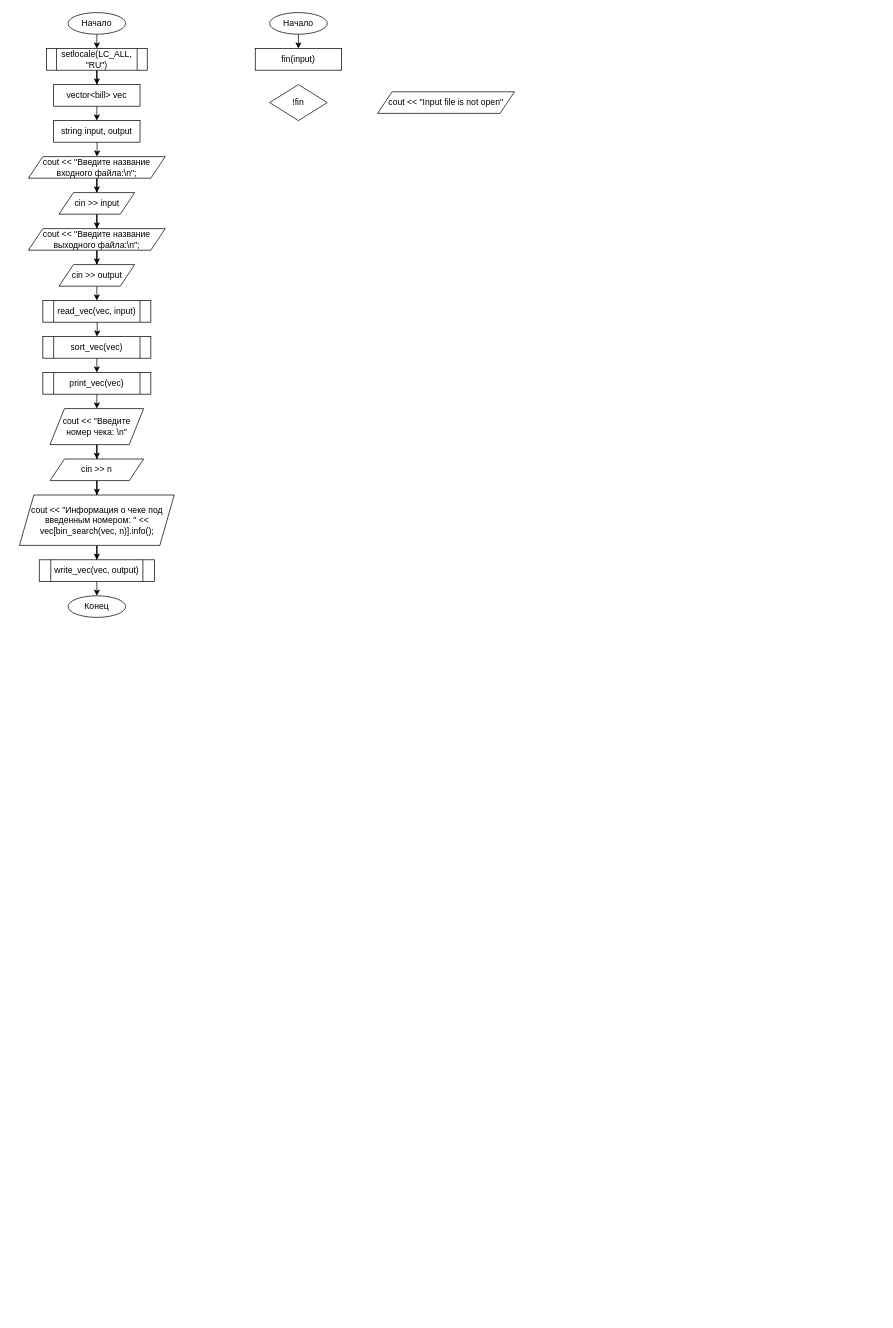
Idontlikeni/Uni_docs keeps this draw.io diagram as Algo_dann_2_curs/pics/Pr_11.drawio. Above is the earlier version. Source tidied: cells renumbered, new cells numbered last; positions are measured from the earlier drawing's top-left corner, leaving out a move shared by most shapes. Both pictures are drawn from the tidied source at 72%, with x=0, y=0 at pixel (19, 12).
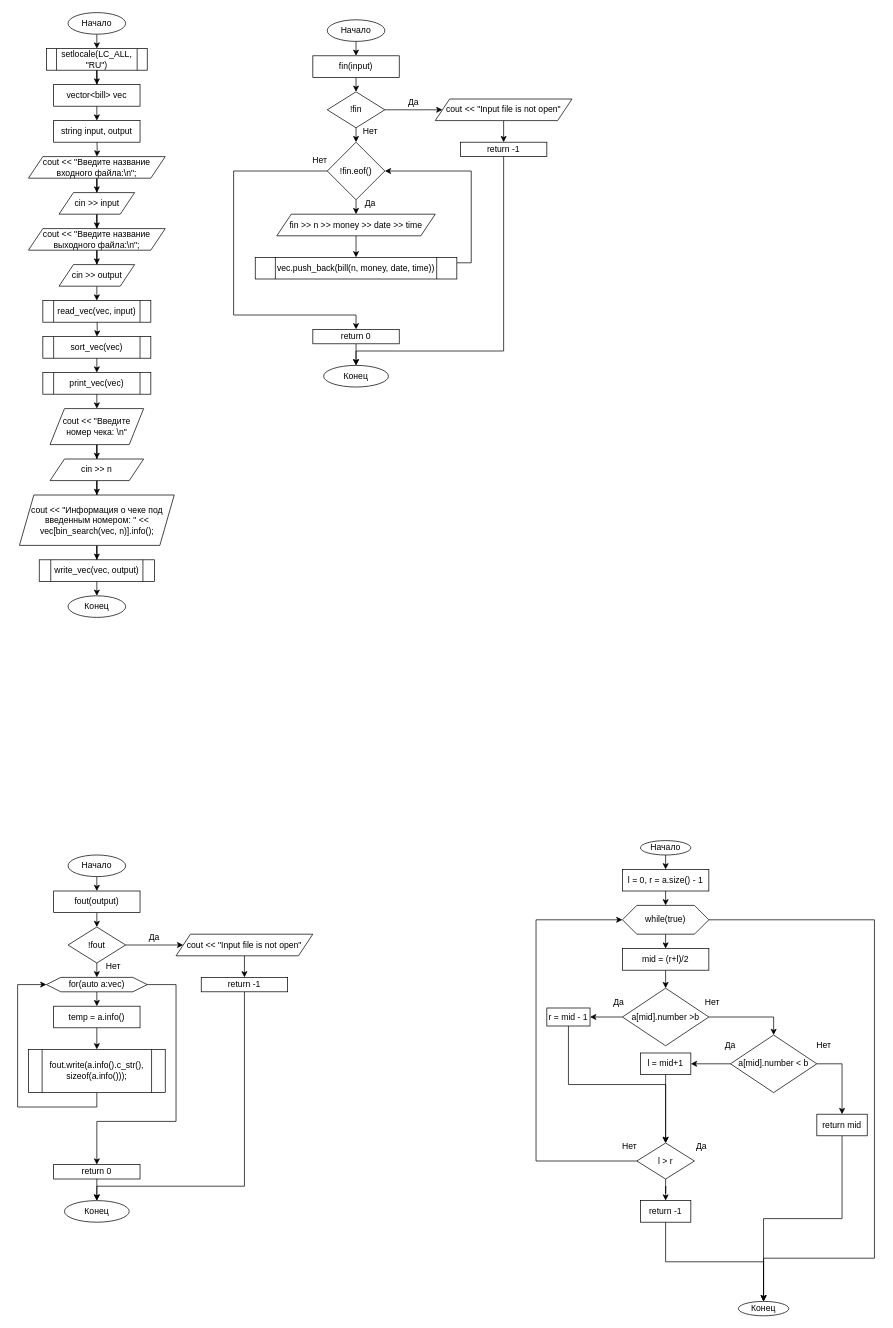
The same page after the edit.

The edit, as a diff of the source:
```diff
@@
     <mxCell id="34" value="Начало" style="ellipse;whiteSpace=wrap;html=1;" parent="1" vertex="1">
-      <mxGeometry x="348" width="80" height="30" as="geometry" />
+      <mxGeometry x="428" y="10" width="80" height="30" as="geometry" />
     </mxCell>
+    <mxCell id="38" style="edgeStyle=orthogonalEdgeStyle;rounded=0;jettySize=auto;html=1;exitX=0.5;exitY=1;exitDx=0;exitDy=0;entryX=0.5;entryY=0;entryDx=0;entryDy=0;" parent="1" edge="1" source="35" target="36">
+      <mxGeometry relative="1" as="geometry" />
+    </mxCell>
     <mxCell id="35" value="fin(input)" style="rounded=0;whiteSpace=wrap;html=1;" parent="1" vertex="1">
-      <mxGeometry x="328" y="50" width="120" height="30" as="geometry" />
+      <mxGeometry x="408" y="60" width="120" height="30" as="geometry" />
     </mxCell>
+    <mxCell id="39" style="edgeStyle=orthogonalEdgeStyle;rounded=0;jettySize=auto;html=1;exitX=1;exitY=0.5;exitDx=0;exitDy=0;entryX=0;entryY=0.5;entryDx=0;entryDy=0;" parent="1" edge="1" source="36" target="37">
+      <mxGeometry relative="1" as="geometry" />
+    </mxCell>
+    <mxCell id="40" style="edgeStyle=orthogonalEdgeStyle;rounded=0;jettySize=auto;html=1;exitX=0.5;exitY=1;exitDx=0;exitDy=0;entryX=0.5;entryY=0;entryDx=0;entryDy=0;" parent="1" edge="1" source="36" target="47">
+      <mxGeometry relative="1" as="geometry" />
+    </mxCell>
     <mxCell id="36" value="!fin" style="rhombus;whiteSpace=wrap;html=1;" parent="1" vertex="1">
-      <mxGeometry x="348" y="100" width="80" height="50" as="geometry" />
+      <mxGeometry x="428" y="110" width="80" height="50" as="geometry" />
     </mxCell>
+    <mxCell id="41" style="edgeStyle=orthogonalEdgeStyle;rounded=0;jettySize=auto;html=1;exitX=0.5;exitY=1;exitDx=0;exitDy=0;entryX=0.5;entryY=0;entryDx=0;entryDy=0;" parent="1" edge="1" source="37" target="43">
+      <mxGeometry relative="1" as="geometry" />
+    </mxCell>
     <mxCell id="37" value="cout &amp;lt;&amp;lt; &quot;Input file is not open&quot;" style="shape=parallelogram;perimeter=parallelogramPerimeter;whiteSpace=wrap;html=1;fixedSize=1;" parent="1" vertex="1">
-      <mxGeometry x="498" y="110" width="190" height="30" as="geometry" />
+      <mxGeometry x="578" y="120" width="190" height="30" as="geometry" />
     </mxCell>
+    <mxCell id="42" style="edgeStyle=orthogonalEdgeStyle;rounded=0;jettySize=auto;html=1;exitX=0.5;exitY=1;exitDx=0;exitDy=0;entryX=0.5;entryY=0;entryDx=0;entryDy=0;" parent="1" edge="1" source="43" target="57">
+      <mxGeometry relative="1" as="geometry">
+        <Array as="points">
+          <mxPoint x="673" y="470" />
+          <mxPoint x="468" y="470" />
+        </Array>
+      </mxGeometry>
+    </mxCell>
+    <mxCell id="43" value="return -1" style="rounded=0;whiteSpace=wrap;html=1;" parent="1" vertex="1">
+      <mxGeometry x="613" y="180" width="120" height="20" as="geometry" />
+    </mxCell>
+    <mxCell id="44" value="Да" style="text;html=1;align=center;verticalAlign=middle;whiteSpace=wrap;rounded=0;" parent="1" vertex="1">
+      <mxGeometry x="518" y="110" width="60" height="30" as="geometry" />
+    </mxCell>
+    <mxCell id="45" style="edgeStyle=orthogonalEdgeStyle;rounded=0;jettySize=auto;html=1;exitX=0.5;exitY=1;exitDx=0;exitDy=0;entryX=0.5;entryY=0;entryDx=0;entryDy=0;" parent="1" edge="1" source="47" target="49">
+      <mxGeometry relative="1" as="geometry" />
+    </mxCell>
+    <mxCell id="46" style="edgeStyle=orthogonalEdgeStyle;rounded=0;jettySize=auto;html=1;exitX=0;exitY=0.5;exitDx=0;exitDy=0;entryX=0.5;entryY=0;entryDx=0;entryDy=0;" parent="1" edge="1" source="47" target="55">
+      <mxGeometry relative="1" as="geometry">
+        <Array as="points">
+          <mxPoint x="298" y="220" />
+          <mxPoint x="298" y="420" />
+        </Array>
+      </mxGeometry>
+    </mxCell>
+    <mxCell id="47" value="!fin.eof()" style="rhombus;whiteSpace=wrap;html=1;" parent="1" vertex="1">
+      <mxGeometry x="428" y="180" width="80" height="80" as="geometry" />
+    </mxCell>
+    <mxCell id="48" style="edgeStyle=orthogonalEdgeStyle;rounded=0;jettySize=auto;html=1;exitX=0.5;exitY=1;exitDx=0;exitDy=0;entryX=0.5;entryY=0;entryDx=0;entryDy=0;" parent="1" edge="1" source="49" target="51">
+      <mxGeometry relative="1" as="geometry" />
+    </mxCell>
+    <mxCell id="49" value="fin &amp;gt;&amp;gt; n &amp;gt;&amp;gt; money &amp;gt;&amp;gt; date &amp;gt;&amp;gt; time" style="shape=parallelogram;perimeter=parallelogramPerimeter;whiteSpace=wrap;html=1;fixedSize=1;" parent="1" vertex="1">
+      <mxGeometry x="358" y="280" width="220" height="30" as="geometry" />
+    </mxCell>
+    <mxCell id="50" style="edgeStyle=orthogonalEdgeStyle;rounded=0;jettySize=auto;html=1;exitX=1;exitY=0.25;exitDx=0;exitDy=0;entryX=1;entryY=0.5;entryDx=0;entryDy=0;" parent="1" edge="1" source="51" target="47">
+      <mxGeometry relative="1" as="geometry" />
+    </mxCell>
+    <mxCell id="51" value="vec.push_back(bill(n, money, date, time))" style="shape=process;whiteSpace=wrap;html=1;backgroundOutline=1;" parent="1" vertex="1">
+      <mxGeometry x="328" y="340" width="280" height="30" as="geometry" />
+    </mxCell>
+    <mxCell id="52" value="Нет" style="text;html=1;align=center;verticalAlign=middle;whiteSpace=wrap;rounded=0;" parent="1" vertex="1">
+      <mxGeometry x="458" y="150" width="60" height="30" as="geometry" />
+    </mxCell>
+    <mxCell id="53" value="Да" style="text;html=1;align=center;verticalAlign=middle;whiteSpace=wrap;rounded=0;" parent="1" vertex="1">
+      <mxGeometry x="458" y="250" width="60" height="30" as="geometry" />
+    </mxCell>
+    <mxCell id="54" style="edgeStyle=orthogonalEdgeStyle;rounded=0;jettySize=auto;html=1;exitX=0.5;exitY=1;exitDx=0;exitDy=0;entryX=0.5;entryY=0;entryDx=0;entryDy=0;" parent="1" edge="1" source="55" target="57">
+      <mxGeometry relative="1" as="geometry" />
+    </mxCell>
+    <mxCell id="55" value="return 0" style="rounded=0;whiteSpace=wrap;html=1;" parent="1" vertex="1">
+      <mxGeometry x="408" y="440" width="120" height="20" as="geometry" />
+    </mxCell>
+    <mxCell id="56" value="Нет" style="text;html=1;align=center;verticalAlign=middle;whiteSpace=wrap;rounded=0;" parent="1" vertex="1">
+      <mxGeometry x="388" y="190" width="60" height="30" as="geometry" />
+    </mxCell>
+    <mxCell id="57" value="Конец" style="ellipse;whiteSpace=wrap;html=1;" parent="1" vertex="1">
+      <mxGeometry x="423" y="490" width="90" height="30" as="geometry" />
+    </mxCell>
+    <mxCell id="58" style="edgeStyle=orthogonalEdgeStyle;rounded=0;jettySize=auto;html=1;exitX=0.5;exitY=1;exitDx=0;exitDy=0;entryX=0.5;entryY=0;entryDx=0;entryDy=0;" parent="1" edge="1" source="59" target="61">
+      <mxGeometry relative="1" as="geometry" />
+    </mxCell>
+    <mxCell id="59" value="Начало" style="ellipse;whiteSpace=wrap;html=1;" parent="1" vertex="1">
+      <mxGeometry x="68" y="1170" width="80" height="30" as="geometry" />
+    </mxCell>
+    <mxCell id="60" style="edgeStyle=orthogonalEdgeStyle;rounded=0;jettySize=auto;html=1;exitX=0.5;exitY=1;exitDx=0;exitDy=0;entryX=0.5;entryY=0;entryDx=0;entryDy=0;" parent="1" edge="1" source="61" target="64">
+      <mxGeometry relative="1" as="geometry" />
+    </mxCell>
+    <mxCell id="61" value="fout(output)" style="rounded=0;whiteSpace=wrap;html=1;" parent="1" vertex="1">
+      <mxGeometry x="48" y="1220" width="120" height="30" as="geometry" />
+    </mxCell>
+    <mxCell id="62" style="edgeStyle=orthogonalEdgeStyle;rounded=0;jettySize=auto;html=1;exitX=1;exitY=0.5;exitDx=0;exitDy=0;entryX=0;entryY=0.5;entryDx=0;entryDy=0;" parent="1" edge="1" source="64" target="66">
+      <mxGeometry relative="1" as="geometry" />
+    </mxCell>
+    <mxCell id="63" style="edgeStyle=orthogonalEdgeStyle;rounded=0;jettySize=auto;html=1;exitX=0.5;exitY=1;exitDx=0;exitDy=0;entryX=0.5;entryY=0;entryDx=0;entryDy=0;" parent="1" edge="1" source="64" target="76">
+      <mxGeometry relative="1" as="geometry" />
+    </mxCell>
+    <mxCell id="64" value="!fout" style="rhombus;whiteSpace=wrap;html=1;" parent="1" vertex="1">
+      <mxGeometry x="68" y="1270" width="80" height="50" as="geometry" />
+    </mxCell>
+    <mxCell id="65" style="edgeStyle=orthogonalEdgeStyle;rounded=0;jettySize=auto;html=1;exitX=0.5;exitY=1;exitDx=0;exitDy=0;entryX=0.5;entryY=0;entryDx=0;entryDy=0;" parent="1" edge="1" source="66" target="68">
+      <mxGeometry relative="1" as="geometry" />
+    </mxCell>
+    <mxCell id="66" value="cout &amp;lt;&amp;lt; &quot;Input file is not open&quot;" style="shape=parallelogram;perimeter=parallelogramPerimeter;whiteSpace=wrap;html=1;fixedSize=1;" parent="1" vertex="1">
+      <mxGeometry x="218" y="1280" width="190" height="30" as="geometry" />
+    </mxCell>
+    <mxCell id="67" style="edgeStyle=orthogonalEdgeStyle;rounded=0;jettySize=auto;html=1;exitX=0.5;exitY=1;exitDx=0;exitDy=0;entryX=0.5;entryY=0;entryDx=0;entryDy=0;" parent="1" edge="1" source="68" target="73">
+      <mxGeometry relative="1" as="geometry">
+        <Array as="points">
+          <mxPoint x="313" y="1630" />
+          <mxPoint x="108" y="1630" />
+        </Array>
+      </mxGeometry>
+    </mxCell>
+    <mxCell id="68" value="return -1" style="rounded=0;whiteSpace=wrap;html=1;" parent="1" vertex="1">
+      <mxGeometry x="253" y="1340" width="120" height="20" as="geometry" />
+    </mxCell>
+    <mxCell id="69" value="Да" style="text;html=1;align=center;verticalAlign=middle;whiteSpace=wrap;rounded=0;" parent="1" vertex="1">
+      <mxGeometry x="158" y="1270" width="60" height="30" as="geometry" />
+    </mxCell>
+    <mxCell id="70" value="Нет" style="text;html=1;align=center;verticalAlign=middle;whiteSpace=wrap;rounded=0;" parent="1" vertex="1">
+      <mxGeometry x="100.5" y="1310" width="60" height="30" as="geometry" />
+    </mxCell>
+    <mxCell id="71" style="edgeStyle=orthogonalEdgeStyle;rounded=0;jettySize=auto;html=1;exitX=0.5;exitY=1;exitDx=0;exitDy=0;entryX=0.5;entryY=0;entryDx=0;entryDy=0;" parent="1" edge="1" source="72" target="73">
+      <mxGeometry relative="1" as="geometry" />
+    </mxCell>
+    <mxCell id="72" value="return 0" style="rounded=0;whiteSpace=wrap;html=1;" parent="1" vertex="1">
+      <mxGeometry x="48" y="1600" width="120" height="20" as="geometry" />
+    </mxCell>
+    <mxCell id="73" value="Конец" style="ellipse;whiteSpace=wrap;html=1;" parent="1" vertex="1">
+      <mxGeometry x="63" y="1650" width="90" height="30" as="geometry" />
+    </mxCell>
+    <mxCell id="74" style="edgeStyle=orthogonalEdgeStyle;rounded=0;jettySize=auto;html=1;exitX=0.5;exitY=1;exitDx=0;exitDy=0;entryX=0.5;entryY=0;entryDx=0;entryDy=0;" parent="1" edge="1" source="76" target="78">
+      <mxGeometry relative="1" as="geometry" />
+    </mxCell>
+    <mxCell id="75" style="edgeStyle=orthogonalEdgeStyle;rounded=0;jettySize=auto;html=1;exitX=1;exitY=0.5;exitDx=0;exitDy=0;entryX=0.5;entryY=0;entryDx=0;entryDy=0;" parent="1" edge="1" source="76" target="72">
+      <mxGeometry relative="1" as="geometry">
+        <Array as="points">
+          <mxPoint x="218" y="1350" />
+          <mxPoint x="218" y="1540" />
+          <mxPoint x="108" y="1540" />
+        </Array>
+      </mxGeometry>
+    </mxCell>
+    <mxCell id="76" value="for(auto a:vec)" style="shape=hexagon;perimeter=hexagonPerimeter2;whiteSpace=wrap;html=1;fixedSize=1;" parent="1" vertex="1">
+      <mxGeometry x="38" y="1340" width="140" height="20" as="geometry" />
+    </mxCell>
+    <mxCell id="77" style="edgeStyle=orthogonalEdgeStyle;rounded=0;jettySize=auto;html=1;exitX=0.5;exitY=1;exitDx=0;exitDy=0;entryX=0.5;entryY=0;entryDx=0;entryDy=0;" parent="1" edge="1" source="78" target="80">
+      <mxGeometry relative="1" as="geometry" />
+    </mxCell>
+    <mxCell id="78" value="temp = a.info()" style="rounded=0;whiteSpace=wrap;html=1;" parent="1" vertex="1">
+      <mxGeometry x="48" y="1380" width="120" height="30" as="geometry" />
+    </mxCell>
+    <mxCell id="79" style="edgeStyle=orthogonalEdgeStyle;rounded=0;jettySize=auto;html=1;exitX=0.5;exitY=1;exitDx=0;exitDy=0;entryX=0;entryY=0.5;entryDx=0;entryDy=0;" parent="1" edge="1" source="80" target="76">
+      <mxGeometry relative="1" as="geometry">
+        <Array as="points">
+          <mxPoint x="108" y="1520" />
+          <mxPoint x="-2" y="1520" />
+          <mxPoint x="-2" y="1350" />
+        </Array>
+      </mxGeometry>
+    </mxCell>
+    <mxCell id="80" value="fout.write(a.info().c_str(), sizeof(a.info()));" style="shape=process;whiteSpace=wrap;html=1;backgroundOutline=1;" parent="1" vertex="1">
+      <mxGeometry x="13" y="1440" width="190" height="60" as="geometry" />
+    </mxCell>
+    <mxCell id="81" style="edgeStyle=orthogonalEdgeStyle;rounded=0;jettySize=auto;html=1;exitX=0.5;exitY=1;exitDx=0;exitDy=0;entryX=0.5;entryY=0;entryDx=0;entryDy=0;" parent="1" edge="1" source="82" target="85">
+      <mxGeometry relative="1" as="geometry" />
+    </mxCell>
+    <mxCell id="82" value="Начало" style="ellipse;whiteSpace=wrap;html=1;" parent="1" vertex="1">
+      <mxGeometry x="863" y="1150" width="70" height="20" as="geometry" />
+    </mxCell>
+    <mxCell id="83" value="Конец" style="ellipse;whiteSpace=wrap;html=1;" parent="1" vertex="1">
+      <mxGeometry x="999" y="1790" width="70" height="20" as="geometry" />
+    </mxCell>
+    <mxCell id="84" style="edgeStyle=orthogonalEdgeStyle;rounded=0;jettySize=auto;html=1;exitX=0.5;exitY=1;exitDx=0;exitDy=0;entryX=0.5;entryY=0;entryDx=0;entryDy=0;" parent="1" edge="1" source="85" target="88">
+      <mxGeometry relative="1" as="geometry" />
+    </mxCell>
+    <mxCell id="85" value="l = 0, r = a.size() - 1" style="rounded=0;whiteSpace=wrap;html=1;" parent="1" vertex="1">
+      <mxGeometry x="838" y="1190" width="120" height="30" as="geometry" />
+    </mxCell>
+    <mxCell id="86" style="edgeStyle=orthogonalEdgeStyle;rounded=0;jettySize=auto;html=1;exitX=0.5;exitY=1;exitDx=0;exitDy=0;entryX=0.5;entryY=0;entryDx=0;entryDy=0;" parent="1" edge="1" source="88" target="90">
+      <mxGeometry relative="1" as="geometry" />
+    </mxCell>
+    <mxCell id="87" style="edgeStyle=orthogonalEdgeStyle;rounded=0;jettySize=auto;html=1;exitX=1;exitY=0.5;exitDx=0;exitDy=0;entryX=0.5;entryY=0;entryDx=0;entryDy=0;" parent="1" edge="1" source="88" target="83">
+      <mxGeometry relative="1" as="geometry">
+        <Array as="points">
+          <mxPoint x="1188" y="1260" />
+          <mxPoint x="1188" y="1730" />
+          <mxPoint x="1034" y="1730" />
+        </Array>
+      </mxGeometry>
+    </mxCell>
+    <mxCell id="88" value="while(true)" style="shape=hexagon;perimeter=hexagonPerimeter2;whiteSpace=wrap;html=1;fixedSize=1;" parent="1" vertex="1">
+      <mxGeometry x="838" y="1240" width="120" height="40" as="geometry" />
+    </mxCell>
+    <mxCell id="89" style="edgeStyle=orthogonalEdgeStyle;rounded=0;jettySize=auto;html=1;exitX=0.5;exitY=1;exitDx=0;exitDy=0;entryX=0.5;entryY=0;entryDx=0;entryDy=0;" parent="1" edge="1" source="90" target="93">
+      <mxGeometry relative="1" as="geometry" />
+    </mxCell>
+    <mxCell id="90" value="mid = (r+l)/2" style="rounded=0;whiteSpace=wrap;html=1;" parent="1" vertex="1">
+      <mxGeometry x="838" y="1300" width="120" height="30" as="geometry" />
+    </mxCell>
+    <mxCell id="91" style="edgeStyle=orthogonalEdgeStyle;rounded=0;jettySize=auto;html=1;" parent="1" edge="1" source="93" target="95">
+      <mxGeometry relative="1" as="geometry" />
+    </mxCell>
+    <mxCell id="92" style="edgeStyle=orthogonalEdgeStyle;rounded=0;jettySize=auto;html=1;exitX=1;exitY=0.5;exitDx=0;exitDy=0;entryX=0.5;entryY=0;entryDx=0;entryDy=0;" parent="1" edge="1" source="93" target="98">
+      <mxGeometry relative="1" as="geometry" />
+    </mxCell>
+    <mxCell id="93" value="a[mid].number &amp;gt;b" style="rhombus;whiteSpace=wrap;html=1;" parent="1" vertex="1">
+      <mxGeometry x="838" y="1355" width="120" height="80" as="geometry" />
+    </mxCell>
+    <mxCell id="94" style="edgeStyle=orthogonalEdgeStyle;rounded=0;jettySize=auto;html=1;exitX=0.5;exitY=1;exitDx=0;exitDy=0;entryX=0.5;entryY=0;entryDx=0;entryDy=0;" parent="1" edge="1" source="95" target="107">
+      <mxGeometry relative="1" as="geometry" />
+    </mxCell>
+    <mxCell id="95" value="r = mid - 1" style="whiteSpace=wrap;html=1;" parent="1" vertex="1">
+      <mxGeometry x="733" y="1382.5" width="60" height="25" as="geometry" />
+    </mxCell>
+    <mxCell id="96" style="edgeStyle=orthogonalEdgeStyle;rounded=0;jettySize=auto;html=1;exitX=1;exitY=0.5;exitDx=0;exitDy=0;entryX=0.5;entryY=0;entryDx=0;entryDy=0;" parent="1" edge="1" source="98" target="104">
+      <mxGeometry relative="1" as="geometry" />
+    </mxCell>
+    <mxCell id="97" style="edgeStyle=orthogonalEdgeStyle;rounded=0;jettySize=auto;html=1;exitX=0;exitY=0.5;exitDx=0;exitDy=0;entryX=1;entryY=0.5;entryDx=0;entryDy=0;" parent="1" edge="1" source="98" target="109">
+      <mxGeometry relative="1" as="geometry" />
+    </mxCell>
+    <mxCell id="98" value="a[mid].number &amp;lt; b" style="rhombus;whiteSpace=wrap;html=1;" parent="1" vertex="1">
+      <mxGeometry x="988" y="1420" width="120" height="80" as="geometry" />
+    </mxCell>
+    <mxCell id="99" value="Нет" style="text;html=1;align=center;verticalAlign=middle;whiteSpace=wrap;rounded=0;" parent="1" vertex="1">
+      <mxGeometry x="933" y="1360" width="60" height="30" as="geometry" />
+    </mxCell>
+    <mxCell id="100" value="Да" style="text;html=1;align=center;verticalAlign=middle;whiteSpace=wrap;rounded=0;" parent="1" vertex="1">
+      <mxGeometry x="803" y="1360" width="60" height="30" as="geometry" />
+    </mxCell>
+    <mxCell id="101" value="Нет" style="text;html=1;align=center;verticalAlign=middle;whiteSpace=wrap;rounded=0;" parent="1" vertex="1">
+      <mxGeometry x="1088" y="1420" width="60" height="30" as="geometry" />
+    </mxCell>
+    <mxCell id="102" value="Да" style="text;html=1;align=center;verticalAlign=middle;whiteSpace=wrap;rounded=0;" parent="1" vertex="1">
+      <mxGeometry x="958" y="1420" width="60" height="30" as="geometry" />
+    </mxCell>
+    <mxCell id="103" style="edgeStyle=orthogonalEdgeStyle;rounded=0;jettySize=auto;html=1;exitX=0.5;exitY=1;exitDx=0;exitDy=0;entryX=0.5;entryY=0;entryDx=0;entryDy=0;" parent="1" edge="1" source="104" target="83">
+      <mxGeometry relative="1" as="geometry" />
+    </mxCell>
+    <mxCell id="104" value="return mid" style="rounded=0;whiteSpace=wrap;html=1;" parent="1" vertex="1">
+      <mxGeometry x="1108" y="1530" width="70" height="30" as="geometry" />
+    </mxCell>
+    <mxCell id="105" style="edgeStyle=orthogonalEdgeStyle;rounded=0;jettySize=auto;html=1;exitX=0;exitY=0.5;exitDx=0;exitDy=0;entryX=0;entryY=0.5;entryDx=0;entryDy=0;" parent="1" edge="1" source="107" target="88">
+      <mxGeometry relative="1" as="geometry">
+        <Array as="points">
+          <mxPoint x="718" y="1595" />
+          <mxPoint x="718" y="1260" />
+        </Array>
+      </mxGeometry>
+    </mxCell>
+    <mxCell id="106" style="edgeStyle=orthogonalEdgeStyle;rounded=0;jettySize=auto;html=1;exitX=0.5;exitY=1;exitDx=0;exitDy=0;" parent="1" edge="1" source="107" target="113">
+      <mxGeometry relative="1" as="geometry" />
+    </mxCell>
+    <mxCell id="107" value="l &amp;gt; r" style="rhombus;whiteSpace=wrap;html=1;" parent="1" vertex="1">
+      <mxGeometry x="858" y="1570" width="80" height="50" as="geometry" />
+    </mxCell>
+    <mxCell id="108" style="edgeStyle=orthogonalEdgeStyle;rounded=0;jettySize=auto;html=1;exitX=0.5;exitY=1;exitDx=0;exitDy=0;entryX=0.5;entryY=0;entryDx=0;entryDy=0;" parent="1" edge="1" source="109" target="107">
+      <mxGeometry relative="1" as="geometry" />
+    </mxCell>
+    <mxCell id="109" value="l = mid+1" style="rounded=0;whiteSpace=wrap;html=1;" parent="1" vertex="1">
+      <mxGeometry x="863" y="1445" width="70" height="30" as="geometry" />
+    </mxCell>
+    <mxCell id="110" value="Нет" style="text;html=1;align=center;verticalAlign=middle;whiteSpace=wrap;rounded=0;" parent="1" vertex="1">
+      <mxGeometry x="818" y="1560" width="60" height="30" as="geometry" />
+    </mxCell>
+    <mxCell id="111" value="Да" style="text;html=1;align=center;verticalAlign=middle;whiteSpace=wrap;rounded=0;" parent="1" vertex="1">
+      <mxGeometry x="918" y="1560" width="60" height="30" as="geometry" />
+    </mxCell>
+    <mxCell id="112" style="edgeStyle=orthogonalEdgeStyle;rounded=0;jettySize=auto;html=1;exitX=0.5;exitY=1;exitDx=0;exitDy=0;entryX=0.5;entryY=0;entryDx=0;entryDy=0;" parent="1" edge="1" source="113" target="83">
+      <mxGeometry relative="1" as="geometry" />
+    </mxCell>
+    <mxCell id="113" value="return -1" style="rounded=0;whiteSpace=wrap;html=1;" parent="1" vertex="1">
+      <mxGeometry x="863" y="1650" width="70" height="30" as="geometry" />
+    </mxCell>
```
